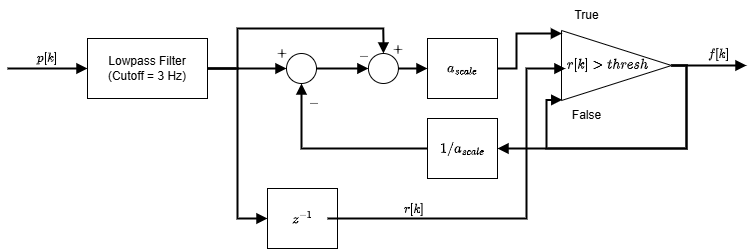
This is pressure_sensor/assets/data_processing.png from WinstonHChou/MAE-156B-Team-5-QUASAR-Automated-EEG-Headset, a draw.io export, as it was before one commit. Source tidied: cells renumbered, new cells last; positions are measured from the earlier drawing's top-left corner, leaving out a move shared by most shapes. Source of this version:
```xml
<mxGraphModel math="1">
  <root>
    <mxCell id="0" />
    <mxCell id="1" parent="0" />
    <mxCell id="2" style="edgeStyle=none;html=1;exitX=0;exitY=0.5;exitDx=0;exitDy=0;startArrow=block;startFill=1;endArrow=none;endFill=0;strokeWidth=2;" parent="1" edge="1" source="9">
      <mxGeometry relative="1" as="geometry">
        <mxPoint y="68" as="targetPoint" />
      </mxGeometry>
    </mxCell>
    <mxCell id="3" value="$$p[k]$$" style="edgeLabel;html=1;align=center;verticalAlign=middle;labelBackgroundColor=none;" parent="2" vertex="1">
      <mxGeometry x="0.73" y="1" relative="1" as="geometry">
        <mxPoint x="28" y="-11" as="offset" />
      </mxGeometry>
    </mxCell>
    <mxCell id="4" style="edgeStyle=orthogonalEdgeStyle;html=1;entryX=0;entryY=0.5;entryDx=0;entryDy=0;endArrow=block;endFill=1;rounded=0;curved=0;strokeWidth=2;" parent="1" edge="1" source="9" target="10">
      <mxGeometry relative="1" as="geometry" />
    </mxCell>
    <mxCell id="5" style="edgeStyle=orthogonalEdgeStyle;html=1;entryX=0;entryY=0.5;entryDx=0;entryDy=0;strokeWidth=2;rounded=0;curved=0;endArrow=block;endFill=1;" parent="1" edge="1" source="9" target="19">
      <mxGeometry relative="1" as="geometry">
        <Array as="points">
          <mxPoint x="259" y="68" />
          <mxPoint x="259" y="68" />
        </Array>
      </mxGeometry>
    </mxCell>
    <mxCell id="6" value="$$+$$" style="edgeLabel;html=1;align=center;verticalAlign=middle;labelBackgroundColor=none;" parent="5" vertex="1">
      <mxGeometry x="0.86" y="1" relative="1" as="geometry">
        <mxPoint x="2" y="-14" as="offset" />
      </mxGeometry>
    </mxCell>
    <mxCell id="7" style="edgeStyle=orthogonalEdgeStyle;html=1;entryX=0.5;entryY=0;entryDx=0;entryDy=0;rounded=0;curved=0;strokeWidth=2;endArrow=block;endFill=1;" parent="1" edge="1" source="9" target="26">
      <mxGeometry relative="1" as="geometry">
        <Array as="points">
          <mxPoint x="230" y="68" />
          <mxPoint x="230" y="28" />
          <mxPoint x="376" y="28" />
        </Array>
      </mxGeometry>
    </mxCell>
    <mxCell id="8" value="$$+$$" style="edgeLabel;html=1;align=center;verticalAlign=middle;labelBackgroundColor=none;" parent="7" vertex="1">
      <mxGeometry x="0.88" y="-5" relative="1" as="geometry">
        <mxPoint x="20" y="10" as="offset" />
      </mxGeometry>
    </mxCell>
    <mxCell id="9" value="Lowpass Filter&lt;br&gt;(Cutoff = 3 Hz)" style="whiteSpace=wrap;html=1;" parent="1" vertex="1">
      <mxGeometry x="80" y="38" width="120" height="60" as="geometry" />
    </mxCell>
    <mxCell id="10" value="$$z^{-1}$$" style="whiteSpace=wrap;html=1;" parent="1" vertex="1">
      <mxGeometry x="260" y="188" width="70" height="60" as="geometry" />
    </mxCell>
    <mxCell id="11" style="edgeStyle=orthogonalEdgeStyle;html=1;endArrow=block;endFill=1;strokeWidth=2;exitX=1;exitY=0.5;exitDx=0;exitDy=0;" parent="1" edge="1" source="22">
      <mxGeometry relative="1" as="geometry">
        <mxPoint x="739" y="65" as="targetPoint" />
      </mxGeometry>
    </mxCell>
    <mxCell id="12" value="$$f[k]$$" style="edgeLabel;html=1;align=center;verticalAlign=middle;labelBackgroundColor=none;" parent="11" vertex="1">
      <mxGeometry x="0.21" relative="1" as="geometry">
        <mxPoint x="1" y="-12" as="offset" />
      </mxGeometry>
    </mxCell>
    <mxCell id="13" style="edgeStyle=orthogonalEdgeStyle;html=1;entryX=1;entryY=0.5;entryDx=0;entryDy=0;endArrow=block;endFill=1;strokeWidth=2;rounded=0;curved=0;exitX=1;exitY=0.5;exitDx=0;exitDy=0;" parent="1" edge="1" source="22" target="16">
      <mxGeometry relative="1" as="geometry">
        <Array as="points">
          <mxPoint x="679" y="65" />
          <mxPoint x="679" y="148" />
        </Array>
      </mxGeometry>
    </mxCell>
    <mxCell id="14" style="edgeStyle=orthogonalEdgeStyle;html=1;entryX=0.5;entryY=1;entryDx=0;entryDy=0;rounded=0;curved=0;strokeWidth=2;endArrow=block;endFill=1;" parent="1" edge="1" source="16" target="19">
      <mxGeometry relative="1" as="geometry" />
    </mxCell>
    <mxCell id="15" value="$$-$$" style="edgeLabel;html=1;align=center;verticalAlign=middle;labelBackgroundColor=none;" parent="14" vertex="1">
      <mxGeometry x="0.71" y="-1" relative="1" as="geometry">
        <mxPoint x="12" y="-8" as="offset" />
      </mxGeometry>
    </mxCell>
    <mxCell id="16" value="$$1/a_{scale}$$" style="whiteSpace=wrap;html=1;" parent="1" vertex="1">
      <mxGeometry x="420" y="118" width="70" height="60" as="geometry" />
    </mxCell>
    <mxCell id="17" style="edgeStyle=orthogonalEdgeStyle;html=1;entryX=0;entryY=0.5;entryDx=0;entryDy=0;strokeWidth=2;rounded=0;curved=0;endArrow=block;endFill=1;" parent="1" edge="1" source="19" target="26">
      <mxGeometry relative="1" as="geometry" />
    </mxCell>
    <mxCell id="18" value="$$-$$" style="edgeLabel;html=1;align=center;verticalAlign=middle;labelBackgroundColor=none;" parent="17" vertex="1">
      <mxGeometry x="0.69" y="-2" relative="1" as="geometry">
        <mxPoint x="4" y="-14" as="offset" />
      </mxGeometry>
    </mxCell>
    <mxCell id="19" style="ellipse;whiteSpace=wrap;html=1;" parent="1" vertex="1">
      <mxGeometry x="279" y="53" width="30" height="30" as="geometry" />
    </mxCell>
    <mxCell id="20" style="group;" parent="1" vertex="1">
      <mxGeometry x="554" y="30" width="110" height="70" as="geometry" />
    </mxCell>
    <mxCell id="21" style="edgeStyle=orthogonalEdgeStyle;html=1;entryX=0.007;entryY=0.991;entryDx=0;entryDy=0;entryPerimeter=0;rounded=0;curved=0;strokeWidth=2;endArrow=block;endFill=1;" parent="20" edge="1" source="22" target="22">
      <mxGeometry relative="1" as="geometry">
        <Array as="points">
          <mxPoint x="125" y="35" />
          <mxPoint x="125" y="118" />
          <mxPoint x="-15" y="118" />
          <mxPoint x="-15" y="69" />
        </Array>
      </mxGeometry>
    </mxCell>
    <mxCell id="22" style="triangle;whiteSpace=wrap;html=1;" parent="20" vertex="1">
      <mxGeometry width="110" height="70" as="geometry" />
    </mxCell>
    <mxCell id="23" value="&lt;span style=&quot;color: rgb(0, 0, 0); font-family: Helvetica; font-size: 12px; font-style: normal; font-variant-ligatures: normal; font-variant-caps: normal; font-weight: 400; letter-spacing: normal; orphans: 2; text-align: center; text-indent: 0px; text-transform: none; widows: 2; word-spacing: 0px; -webkit-text-stroke-width: 0px; white-space: normal; background-color: rgb(251, 251, 251); text-decoration-thickness: initial; text-decoration-style: initial; text-decoration-color: initial; display: inline !important; float: none;&quot;&gt;$$r[k] &amp;gt; thresh$$&lt;/span&gt;" style="text;whiteSpace=wrap;html=1;" parent="20" vertex="1">
      <mxGeometry x="4" y="9" width="90" height="40" as="geometry" />
    </mxCell>
    <mxCell id="24" style="edgeStyle=orthogonalEdgeStyle;html=1;entryX=0;entryY=0.75;entryDx=0;entryDy=0;rounded=0;curved=0;endArrow=block;endFill=1;strokeWidth=2;" parent="1" edge="1" target="23">
      <mxGeometry relative="1" as="geometry">
        <mxPoint x="320" y="218" as="sourcePoint" />
        <Array as="points">
          <mxPoint x="519" y="218" />
          <mxPoint x="519" y="68" />
          <mxPoint x="558" y="68" />
        </Array>
      </mxGeometry>
    </mxCell>
    <mxCell id="25" value="$$r[k]$$" style="edgeLabel;html=1;align=center;verticalAlign=middle;labelBackgroundColor=none;" parent="24" vertex="1">
      <mxGeometry x="-0.41" y="-1" relative="1" as="geometry">
        <mxPoint x="-30" y="-10" as="offset" />
      </mxGeometry>
    </mxCell>
    <mxCell id="26" style="ellipse;whiteSpace=wrap;html=1;" parent="1" vertex="1">
      <mxGeometry x="360.9" y="53" width="30" height="30" as="geometry" />
    </mxCell>
    <mxCell id="27" value="$$a_{scale}$$" style="whiteSpace=wrap;html=1;" parent="1" vertex="1">
      <mxGeometry x="420" y="38" width="70" height="60" as="geometry" />
    </mxCell>
    <mxCell id="28" style="edgeStyle=orthogonalEdgeStyle;html=1;rounded=0;curved=0;endArrow=block;endFill=1;strokeWidth=2;entryX=0;entryY=0.5;entryDx=0;entryDy=0;" parent="1" edge="1" source="26" target="27">
      <mxGeometry relative="1" as="geometry" />
    </mxCell>
    <mxCell id="29" style="edgeStyle=orthogonalEdgeStyle;html=1;entryX=0.004;entryY=0.043;entryDx=0;entryDy=0;entryPerimeter=0;rounded=0;curved=0;endArrow=block;endFill=1;strokeWidth=2;" parent="1" edge="1" source="27" target="22">
      <mxGeometry relative="1" as="geometry">
        <Array as="points">
          <mxPoint x="509" y="68" />
          <mxPoint x="509" y="33" />
        </Array>
      </mxGeometry>
    </mxCell>
    <mxCell id="30" value="True" style="text;html=1;align=center;verticalAlign=middle;strokeColor=none;fillColor=none;" parent="1" vertex="1">
      <mxGeometry x="554" width="50" height="30" as="geometry" />
    </mxCell>
    <mxCell id="31" value="False" style="text;html=1;align=center;verticalAlign=middle;strokeColor=none;fillColor=none;" parent="1" vertex="1">
      <mxGeometry x="554" y="100" width="50" height="30" as="geometry" />
    </mxCell>
  </root>
</mxGraphModel>
```
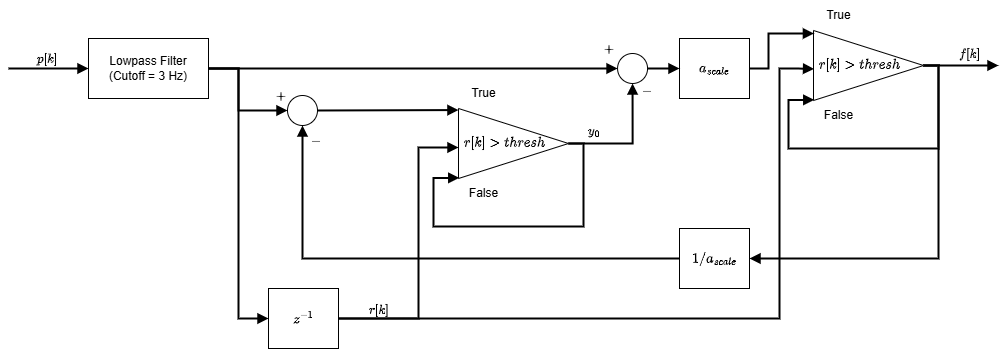
Later version of the same file.

The edit, as a diff of the source:
```diff
@@ -4,7 +4,7 @@
     <mxCell id="1" parent="0" />
     <mxCell id="2" style="edgeStyle=none;html=1;exitX=0;exitY=0.5;exitDx=0;exitDy=0;startArrow=block;startFill=1;endArrow=none;endFill=0;strokeWidth=2;" parent="1" edge="1" source="9">
       <mxGeometry relative="1" as="geometry">
-        <mxPoint y="68" as="targetPoint" />
+        <mxPoint x="-251" y="68" as="targetPoint" />
       </mxGeometry>
     </mxCell>
     <mxCell id="3" value="$$p[k]$$" style="edgeLabel;html=1;align=center;verticalAlign=middle;labelBackgroundColor=none;" parent="2" vertex="1">
@@ -18,8 +18,8 @@
     <mxCell id="5" style="edgeStyle=orthogonalEdgeStyle;html=1;entryX=0;entryY=0.5;entryDx=0;entryDy=0;strokeWidth=2;rounded=0;curved=0;endArrow=block;endFill=1;" parent="1" edge="1" source="9" target="19">
       <mxGeometry relative="1" as="geometry">
         <Array as="points">
-          <mxPoint x="259" y="68" />
-          <mxPoint x="259" y="68" />
+          <mxPoint x="-21" y="68" />
+          <mxPoint x="-21" y="110" />
         </Array>
       </mxGeometry>
     </mxCell>
@@ -28,25 +28,33 @@
         <mxPoint x="2" y="-14" as="offset" />
       </mxGeometry>
     </mxCell>
-    <mxCell id="7" style="edgeStyle=orthogonalEdgeStyle;html=1;entryX=0.5;entryY=0;entryDx=0;entryDy=0;rounded=0;curved=0;strokeWidth=2;endArrow=block;endFill=1;" parent="1" edge="1" source="9" target="26">
+    <mxCell id="7" style="edgeStyle=orthogonalEdgeStyle;html=1;entryX=0;entryY=0.5;entryDx=0;entryDy=0;rounded=0;curved=0;strokeWidth=2;endArrow=block;endFill=1;" parent="1" edge="1" source="9" target="26">
       <mxGeometry relative="1" as="geometry">
         <Array as="points">
-          <mxPoint x="230" y="68" />
-          <mxPoint x="230" y="28" />
-          <mxPoint x="376" y="28" />
+          <mxPoint x="-21" y="68" />
+          <mxPoint x="-21" y="68" />
         </Array>
       </mxGeometry>
     </mxCell>
     <mxCell id="8" value="$$+$$" style="edgeLabel;html=1;align=center;verticalAlign=middle;labelBackgroundColor=none;" parent="7" vertex="1">
       <mxGeometry x="0.88" y="-5" relative="1" as="geometry">
-        <mxPoint x="20" y="10" as="offset" />
+        <mxPoint x="16" y="-25" as="offset" />
       </mxGeometry>
     </mxCell>
     <mxCell id="9" value="Lowpass Filter&lt;br&gt;(Cutoff = 3 Hz)" style="whiteSpace=wrap;html=1;" parent="1" vertex="1">
-      <mxGeometry x="80" y="38" width="120" height="60" as="geometry" />
+      <mxGeometry x="-171" y="38" width="120" height="60" as="geometry" />
     </mxCell>
+    <mxCell id="32" style="edgeStyle=orthogonalEdgeStyle;html=1;strokeWidth=2;rounded=0;curved=0;endArrow=block;endFill=1;exitX=1;exitY=0.5;exitDx=0;exitDy=0;" parent="1" edge="1" source="10">
+      <mxGeometry relative="1" as="geometry">
+        <mxPoint x="199" y="147" as="targetPoint" />
+        <Array as="points">
+          <mxPoint x="159" y="318" />
+          <mxPoint x="159" y="147" />
+        </Array>
+      </mxGeometry>
+    </mxCell>
     <mxCell id="10" value="$$z^{-1}$$" style="whiteSpace=wrap;html=1;" parent="1" vertex="1">
-      <mxGeometry x="260" y="188" width="70" height="60" as="geometry" />
+      <mxGeometry x="9" y="288" width="70" height="60" as="geometry" />
     </mxCell>
     <mxCell id="11" style="edgeStyle=orthogonalEdgeStyle;html=1;endArrow=block;endFill=1;strokeWidth=2;exitX=1;exitY=0.5;exitDx=0;exitDy=0;" parent="1" edge="1" source="22">
       <mxGeometry relative="1" as="geometry">
@@ -62,7 +70,7 @@
       <mxGeometry relative="1" as="geometry">
         <Array as="points">
           <mxPoint x="679" y="65" />
-          <mxPoint x="679" y="148" />
+          <mxPoint x="679" y="258" />
         </Array>
       </mxGeometry>
     </mxCell>
@@ -71,22 +79,19 @@
     </mxCell>
     <mxCell id="15" value="$$-$$" style="edgeLabel;html=1;align=center;verticalAlign=middle;labelBackgroundColor=none;" parent="14" vertex="1">
       <mxGeometry x="0.71" y="-1" relative="1" as="geometry">
-        <mxPoint x="12" y="-8" as="offset" />
+        <mxPoint x="12" y="-57" as="offset" />
       </mxGeometry>
     </mxCell>
     <mxCell id="16" value="$$1/a_{scale}$$" style="whiteSpace=wrap;html=1;" parent="1" vertex="1">
-      <mxGeometry x="420" y="118" width="70" height="60" as="geometry" />
+      <mxGeometry x="420" y="228" width="70" height="60" as="geometry" />
     </mxCell>
-    <mxCell id="17" style="edgeStyle=orthogonalEdgeStyle;html=1;entryX=0;entryY=0.5;entryDx=0;entryDy=0;strokeWidth=2;rounded=0;curved=0;endArrow=block;endFill=1;" parent="1" edge="1" source="19" target="26">
-      <mxGeometry relative="1" as="geometry" />
-    </mxCell>
-    <mxCell id="18" value="$$-$$" style="edgeLabel;html=1;align=center;verticalAlign=middle;labelBackgroundColor=none;" parent="17" vertex="1">
-      <mxGeometry x="0.69" y="-2" relative="1" as="geometry">
-        <mxPoint x="4" y="-14" as="offset" />
-      </mxGeometry>
-    </mxCell>
+    <mxCell id="33" style="edgeStyle=none;html=1;exitX=1;exitY=0.5;exitDx=0;exitDy=0;entryX=-0.081;entryY=1.052;entryDx=0;entryDy=0;endArrow=block;endFill=1;rounded=0;curved=0;strokeWidth=2;entryPerimeter=0;" parent="1" edge="1" source="19">
+      <mxGeometry relative="1" as="geometry">
+        <mxPoint x="199" y="109.6" as="targetPoint" />
+      </mxGeometry>
+    </mxCell>
     <mxCell id="19" style="ellipse;whiteSpace=wrap;html=1;" parent="1" vertex="1">
-      <mxGeometry x="279" y="53" width="30" height="30" as="geometry" />
+      <mxGeometry x="28" y="95" width="30" height="30" as="geometry" />
     </mxCell>
     <mxCell id="20" style="group;" parent="1" vertex="1">
       <mxGeometry x="554" y="30" width="110" height="70" as="geometry" />
@@ -96,8 +101,8 @@
         <Array as="points">
           <mxPoint x="125" y="35" />
           <mxPoint x="125" y="118" />
-          <mxPoint x="-15" y="118" />
-          <mxPoint x="-15" y="69" />
+          <mxPoint x="-25" y="118" />
+          <mxPoint x="-25" y="69" />
         </Array>
       </mxGeometry>
     </mxCell>
@@ -107,23 +112,23 @@
     <mxCell id="23" value="&lt;span style=&quot;color: rgb(0, 0, 0); font-family: Helvetica; font-size: 12px; font-style: normal; font-variant-ligatures: normal; font-variant-caps: normal; font-weight: 400; letter-spacing: normal; orphans: 2; text-align: center; text-indent: 0px; text-transform: none; widows: 2; word-spacing: 0px; -webkit-text-stroke-width: 0px; white-space: normal; background-color: rgb(251, 251, 251); text-decoration-thickness: initial; text-decoration-style: initial; text-decoration-color: initial; display: inline !important; float: none;&quot;&gt;$$r[k] &amp;gt; thresh$$&lt;/span&gt;" style="text;whiteSpace=wrap;html=1;" parent="20" vertex="1">
       <mxGeometry x="4" y="9" width="90" height="40" as="geometry" />
     </mxCell>
-    <mxCell id="24" style="edgeStyle=orthogonalEdgeStyle;html=1;entryX=0;entryY=0.75;entryDx=0;entryDy=0;rounded=0;curved=0;endArrow=block;endFill=1;strokeWidth=2;" parent="1" edge="1" target="23">
+    <mxCell id="24" style="edgeStyle=orthogonalEdgeStyle;html=1;rounded=0;curved=0;endArrow=block;endFill=1;strokeWidth=2;exitX=1;exitY=0.5;exitDx=0;exitDy=0;entryX=-0.038;entryY=0.735;entryDx=0;entryDy=0;entryPerimeter=0;" parent="1" edge="1" target="23">
       <mxGeometry relative="1" as="geometry">
-        <mxPoint x="320" y="218" as="sourcePoint" />
+        <mxPoint x="80" y="318" as="sourcePoint" />
         <Array as="points">
-          <mxPoint x="519" y="218" />
-          <mxPoint x="519" y="68" />
-          <mxPoint x="558" y="68" />
+          <mxPoint x="520" y="318" />
+          <mxPoint x="520" y="68" />
+          <mxPoint x="539" y="68" />
         </Array>
       </mxGeometry>
     </mxCell>
     <mxCell id="25" value="$$r[k]$$" style="edgeLabel;html=1;align=center;verticalAlign=middle;labelBackgroundColor=none;" parent="24" vertex="1">
       <mxGeometry x="-0.41" y="-1" relative="1" as="geometry">
-        <mxPoint x="-30" y="-10" as="offset" />
+        <mxPoint x="-178" y="-10" as="offset" />
       </mxGeometry>
     </mxCell>
     <mxCell id="26" style="ellipse;whiteSpace=wrap;html=1;" parent="1" vertex="1">
-      <mxGeometry x="360.9" y="53" width="30" height="30" as="geometry" />
+      <mxGeometry x="358.1" y="53" width="30" height="30" as="geometry" />
     </mxCell>
     <mxCell id="27" value="$$a_{scale}$$" style="whiteSpace=wrap;html=1;" parent="1" vertex="1">
       <mxGeometry x="420" y="38" width="70" height="60" as="geometry" />
@@ -145,5 +150,43 @@
     <mxCell id="31" value="False" style="text;html=1;align=center;verticalAlign=middle;strokeColor=none;fillColor=none;" parent="1" vertex="1">
       <mxGeometry x="554" y="100" width="50" height="30" as="geometry" />
     </mxCell>
+    <mxCell id="34" style="group;" parent="1" vertex="1">
+      <mxGeometry x="199" y="108" width="110" height="70" as="geometry" />
+    </mxCell>
+    <mxCell id="35" style="edgeStyle=orthogonalEdgeStyle;html=1;entryX=0.007;entryY=0.991;entryDx=0;entryDy=0;entryPerimeter=0;rounded=0;curved=0;strokeWidth=2;endArrow=block;endFill=1;" parent="34" edge="1" source="36" target="36">
+      <mxGeometry relative="1" as="geometry">
+        <Array as="points">
+          <mxPoint x="125" y="35" />
+          <mxPoint x="125" y="118" />
+          <mxPoint x="-25" y="118" />
+          <mxPoint x="-25" y="69" />
+        </Array>
+      </mxGeometry>
+    </mxCell>
+    <mxCell id="36" style="triangle;whiteSpace=wrap;html=1;" parent="34" vertex="1">
+      <mxGeometry width="110" height="70" as="geometry" />
+    </mxCell>
+    <mxCell id="37" value="&lt;span style=&quot;color: rgb(0, 0, 0); font-family: Helvetica; font-size: 12px; font-style: normal; font-variant-ligatures: normal; font-variant-caps: normal; font-weight: 400; letter-spacing: normal; orphans: 2; text-align: center; text-indent: 0px; text-transform: none; widows: 2; word-spacing: 0px; -webkit-text-stroke-width: 0px; white-space: normal; background-color: rgb(251, 251, 251); text-decoration-thickness: initial; text-decoration-style: initial; text-decoration-color: initial; display: inline !important; float: none;&quot;&gt;$$r[k] &amp;gt; thresh$$&lt;/span&gt;" style="text;whiteSpace=wrap;html=1;" parent="34" vertex="1">
+      <mxGeometry x="4" y="9" width="90" height="40" as="geometry" />
+    </mxCell>
+    <mxCell id="38" value="True" style="text;html=1;align=center;verticalAlign=middle;strokeColor=none;fillColor=none;" parent="1" vertex="1">
+      <mxGeometry x="199" y="78" width="50" height="30" as="geometry" />
+    </mxCell>
+    <mxCell id="39" value="False" style="text;html=1;align=center;verticalAlign=middle;strokeColor=none;fillColor=none;" parent="1" vertex="1">
+      <mxGeometry x="199" y="178" width="50" height="30" as="geometry" />
+    </mxCell>
+    <mxCell id="40" style="edgeStyle=orthogonalEdgeStyle;html=1;entryX=0.5;entryY=1;entryDx=0;entryDy=0;rounded=0;curved=0;endArrow=block;endFill=1;strokeWidth=2;" parent="1" edge="1" source="36" target="26">
+      <mxGeometry relative="1" as="geometry" />
+    </mxCell>
+    <mxCell id="41" value="$$y_0$$" style="edgeLabel;html=1;align=center;verticalAlign=middle;labelBackgroundColor=none;" parent="40" vertex="1">
+      <mxGeometry x="-0.51" relative="1" as="geometry">
+        <mxPoint x="-6" y="-13" as="offset" />
+      </mxGeometry>
+    </mxCell>
+    <mxCell id="18" value="$$-$$" style="edgeLabel;html=1;align=center;verticalAlign=middle;labelBackgroundColor=none;" parent="40" vertex="1">
+      <mxGeometry x="0.72" y="1" relative="1" as="geometry">
+        <mxPoint x="15" y="-10" as="offset" />
+      </mxGeometry>
+    </mxCell>
   </root>
 </mxGraphModel>
```
